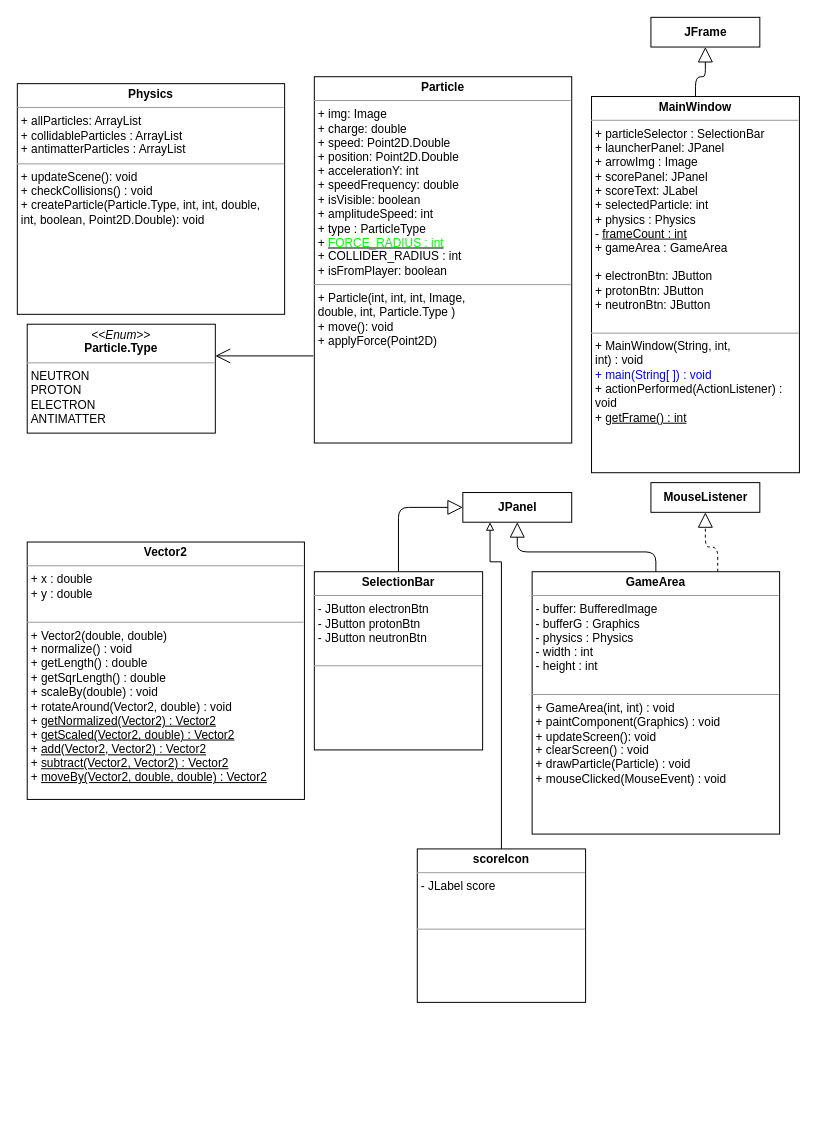
The draw.io diagram DiagrammeUML.drawio in Iman974/Algo_Proj2A, before the edit. Source tidied: cells renumbered, new cells numbered last; positions are measured from the earlier drawing's top-left corner, leaving out a move shared by most shapes. Both pictures are drawn from the tidied source at 99%, with x=0, y=0 at pixel (17, 17).
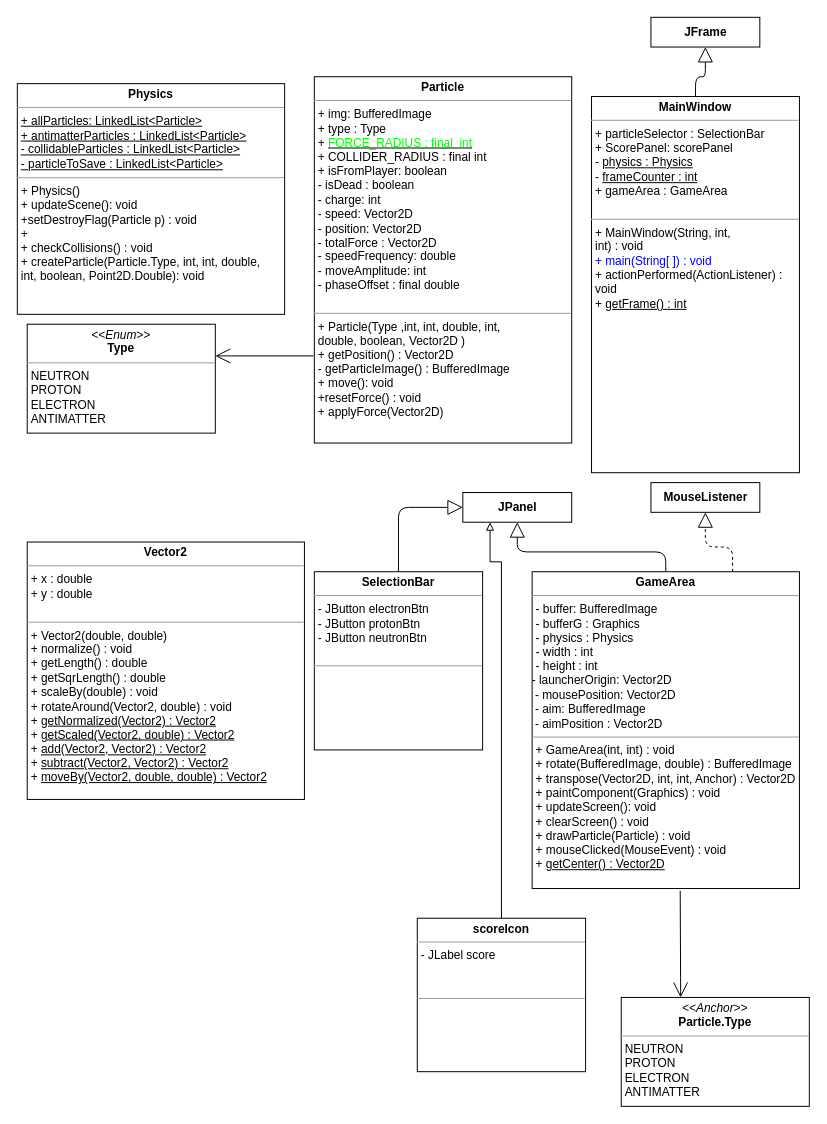
Above is the later version.

The edit, as a diff of the source:
```diff
@@
-    <mxCell id="2" value="&lt;p style=&quot;margin: 0px ; margin-top: 4px ; text-align: center&quot;&gt;&lt;b&gt;Physics&lt;/b&gt;&lt;/p&gt;&lt;hr size=&quot;1&quot;&gt;&lt;p style=&quot;margin: 0px ; margin-left: 4px&quot;&gt;+ allParticles: ArrayList&lt;br&gt;&lt;/p&gt;&lt;p style=&quot;margin: 0px ; margin-left: 4px&quot;&gt;+ collidableParticles : ArrayList&lt;/p&gt;&lt;p style=&quot;margin: 0px ; margin-left: 4px&quot;&gt;+ antimatterParticles : ArrayList&lt;/p&gt;&lt;hr size=&quot;1&quot;&gt;&lt;p style=&quot;margin: 0px ; margin-left: 4px&quot;&gt;+ updateScene(): void&lt;br&gt;+ checkCollisions() : void&lt;/p&gt;&lt;p style=&quot;margin: 0px ; margin-left: 4px&quot;&gt;&lt;span&gt;+ createParticle(Particle.Type, int, int, double,&lt;/span&gt;&lt;/p&gt;&lt;p style=&quot;margin: 0px ; margin-left: 4px&quot;&gt;&lt;span&gt;int, boolean, Point2D.Double): void&lt;/span&gt;&lt;/p&gt;" style="verticalAlign=top;align=left;overflow=fill;fontSize=12;fontFamily=Helvetica;html=1;rounded=0;shadow=0;comic=0;labelBackgroundColor=none;strokeWidth=1;" parent="1" vertex="1">
+    <mxCell id="2" value="&lt;p style=&quot;margin: 0px ; margin-top: 4px ; text-align: center&quot;&gt;&lt;b&gt;Physics&lt;/b&gt;&lt;/p&gt;&lt;hr size=&quot;1&quot;&gt;&lt;p style=&quot;margin: 0px ; margin-left: 4px&quot;&gt;&lt;u&gt;+ allParticles: LinkedList&amp;lt;Particle&amp;gt;&lt;/u&gt;&lt;/p&gt;&lt;p style=&quot;margin: 0px ; margin-left: 4px&quot;&gt;&lt;u&gt;+ antimatterParticles : LinkedList&amp;lt;Particle&amp;gt;&lt;/u&gt;&lt;/p&gt;&lt;p style=&quot;margin: 0px ; margin-left: 4px&quot;&gt;&lt;u&gt;- collidableParticles : LinkedList&amp;lt;Particle&amp;gt;&lt;/u&gt;&lt;br&gt;&lt;/p&gt;&lt;p style=&quot;margin: 0px ; margin-left: 4px&quot;&gt;&lt;u&gt;- particleToSave : LinkedList&amp;lt;Particle&amp;gt;&lt;/u&gt;&lt;/p&gt;&lt;hr size=&quot;1&quot;&gt;&lt;p style=&quot;margin: 0px ; margin-left: 4px&quot;&gt;+ Physics()&lt;/p&gt;&lt;p style=&quot;margin: 0px ; margin-left: 4px&quot;&gt;+ updateScene(): void&lt;/p&gt;&lt;p style=&quot;margin: 0px ; margin-left: 4px&quot;&gt;+setDestroyFlag(Particle p) : void&lt;/p&gt;&lt;p style=&quot;margin: 0px ; margin-left: 4px&quot;&gt;+&amp;nbsp;&lt;br&gt;+ checkCollisions() : void&lt;/p&gt;&lt;p style=&quot;margin: 0px ; margin-left: 4px&quot;&gt;&lt;span&gt;+ createParticle(Particle.Type, int, int, double,&lt;/span&gt;&lt;/p&gt;&lt;p style=&quot;margin: 0px ; margin-left: 4px&quot;&gt;&lt;span&gt;int, boolean, Point2D.Double): void&lt;/span&gt;&lt;/p&gt;" style="verticalAlign=top;align=left;overflow=fill;fontSize=12;fontFamily=Helvetica;html=1;rounded=0;shadow=0;comic=0;labelBackgroundColor=none;strokeWidth=1;" parent="1" vertex="1">
       <mxGeometry y="67" width="270" height="233" as="geometry" />
     </mxCell>
-    <mxCell id="3" value="&lt;p style=&quot;margin: 4px 0px 0px ; text-align: center ; line-height: 1.2&quot;&gt;&lt;b style=&quot;line-height: 1.2&quot;&gt;Particle&lt;/b&gt;&lt;/p&gt;&lt;hr size=&quot;1&quot;&gt;&lt;p style=&quot;margin: 0px ; margin-left: 4px&quot;&gt;+ img: Image&lt;br&gt;&lt;/p&gt;&lt;p style=&quot;margin: 0px ; margin-left: 4px&quot;&gt;+ charge: double&lt;/p&gt;&lt;p style=&quot;margin: 0px ; margin-left: 4px&quot;&gt;+ speed: Point2D.Double&lt;/p&gt;&lt;p style=&quot;margin: 0px ; margin-left: 4px&quot;&gt;+ position: Point2D.Double&lt;/p&gt;&lt;p style=&quot;margin: 0px ; margin-left: 4px&quot;&gt;+ accelerationY: int&lt;/p&gt;&lt;p style=&quot;margin: 0px ; margin-left: 4px&quot;&gt;+ speedFrequency: double&lt;/p&gt;&lt;p style=&quot;margin: 0px ; margin-left: 4px&quot;&gt;+ isVisible: boolean&lt;/p&gt;&lt;p style=&quot;margin: 0px ; margin-left: 4px&quot;&gt;+ amplitudeSpeed: int&lt;/p&gt;&lt;p style=&quot;margin: 0px ; margin-left: 4px&quot;&gt;+ type : ParticleType&lt;/p&gt;&lt;p style=&quot;margin: 0px ; margin-left: 4px&quot;&gt;+ &lt;u&gt;&lt;font color=&quot;#00ff00&quot;&gt;FORCE_RADIUS : int&lt;/font&gt;&lt;/u&gt;&lt;/p&gt;&lt;p style=&quot;margin: 0px ; margin-left: 4px&quot;&gt;+ COLLIDER_RADIUS : int&lt;/p&gt;&lt;p style=&quot;margin: 0px ; margin-left: 4px&quot;&gt;+ isFromPlayer: boolean&lt;/p&gt;&lt;hr size=&quot;1&quot;&gt;&lt;p style=&quot;margin: 0px ; margin-left: 4px&quot;&gt;+ Particle(int, int, int, Image,&lt;/p&gt;&lt;p style=&quot;margin: 0px ; margin-left: 4px&quot;&gt;&lt;span&gt;double, int, Particle.Type )&lt;/span&gt;&lt;/p&gt;&lt;p style=&quot;margin: 0px ; margin-left: 4px&quot;&gt;+ move(): void&lt;/p&gt;&lt;p style=&quot;margin: 0px ; margin-left: 4px&quot;&gt;+ applyForce(Point2D)&lt;/p&gt;" style="verticalAlign=top;align=left;overflow=fill;fontSize=12;fontFamily=Helvetica;html=1;rounded=0;shadow=0;comic=0;labelBackgroundColor=none;strokeWidth=1;" parent="1" vertex="1">
+    <mxCell id="3" value="&lt;p style=&quot;margin: 4px 0px 0px ; text-align: center ; line-height: 1.2&quot;&gt;&lt;b style=&quot;line-height: 1.2&quot;&gt;Particle&lt;/b&gt;&lt;/p&gt;&lt;hr size=&quot;1&quot;&gt;&lt;p style=&quot;margin: 0px ; margin-left: 4px&quot;&gt;+ img: BufferedImage&lt;/p&gt;&lt;p style=&quot;margin: 0px 0px 0px 4px&quot;&gt;+ type : Type&lt;/p&gt;&lt;p style=&quot;margin: 0px 0px 0px 4px&quot;&gt;+&amp;nbsp;&lt;u&gt;&lt;font color=&quot;#00ff00&quot;&gt;FORCE_RADIUS : final&amp;nbsp; int&lt;/font&gt;&lt;/u&gt;&lt;/p&gt;&lt;p style=&quot;margin: 0px 0px 0px 4px&quot;&gt;+ COLLIDER_RADIUS : final int&lt;/p&gt;&lt;p style=&quot;margin: 0px 0px 0px 4px&quot;&gt;+ isFromPlayer: boolean&lt;/p&gt;&lt;p style=&quot;margin: 0px ; margin-left: 4px&quot;&gt;- isDead : boolean&lt;/p&gt;&lt;p style=&quot;margin: 0px ; margin-left: 4px&quot;&gt;- charge: int&lt;/p&gt;&lt;p style=&quot;margin: 0px ; margin-left: 4px&quot;&gt;- speed: Vector2D&amp;nbsp;&lt;/p&gt;&lt;p style=&quot;margin: 0px ; margin-left: 4px&quot;&gt;- position: Vector2D&lt;/p&gt;&lt;p style=&quot;margin: 0px ; margin-left: 4px&quot;&gt;- totalForce : Vector2D&lt;/p&gt;&lt;p style=&quot;margin: 0px ; margin-left: 4px&quot;&gt;- speedFrequency: double&lt;/p&gt;&lt;p style=&quot;margin: 0px ; margin-left: 4px&quot;&gt;- moveAmplitude: int&lt;/p&gt;&lt;p style=&quot;margin: 0px ; margin-left: 4px&quot;&gt;- phaseOffset : final double&lt;/p&gt;&lt;p style=&quot;margin: 0px ; margin-left: 4px&quot;&gt;&lt;br&gt;&lt;/p&gt;&lt;hr size=&quot;1&quot;&gt;&lt;p style=&quot;margin: 0px ; margin-left: 4px&quot;&gt;+ Particle(Type ,int, int, double, int,&lt;/p&gt;&lt;p style=&quot;margin: 0px ; margin-left: 4px&quot;&gt;&lt;span&gt;double, boolean, Vector2D )&lt;/span&gt;&lt;/p&gt;&lt;p style=&quot;margin: 0px ; margin-left: 4px&quot;&gt;&lt;span&gt;+ getPosition() : Vector2D&lt;/span&gt;&lt;/p&gt;&lt;p style=&quot;margin: 0px ; margin-left: 4px&quot;&gt;&lt;span&gt;- getParticleImage() : BufferedImage&lt;/span&gt;&lt;/p&gt;&lt;p style=&quot;margin: 0px ; margin-left: 4px&quot;&gt;+ move(): void&lt;/p&gt;&lt;p style=&quot;margin: 0px ; margin-left: 4px&quot;&gt;+resetForce() : void&lt;/p&gt;&lt;p style=&quot;margin: 0px ; margin-left: 4px&quot;&gt;+ applyForce(Vector2D)&lt;/p&gt;" style="verticalAlign=top;align=left;overflow=fill;fontSize=12;fontFamily=Helvetica;html=1;rounded=0;shadow=0;comic=0;labelBackgroundColor=none;strokeWidth=1;" parent="1" vertex="1">
       <mxGeometry x="300" y="60" width="260" height="370" as="geometry" />
     </mxCell>
@@
-    <mxCell id="5" value="&lt;p style=&quot;margin: 0px ; margin-top: 4px ; text-align: center&quot;&gt;&lt;b&gt;MainWindow&lt;/b&gt;&lt;/p&gt;&lt;hr size=&quot;1&quot;&gt;&lt;p style=&quot;margin: 0px ; margin-left: 4px&quot;&gt;+ particleSelector : SelectionBar&lt;/p&gt;&lt;p style=&quot;margin: 0px ; margin-left: 4px&quot;&gt;+ launcherPanel: JPanel&lt;/p&gt;&lt;p style=&quot;margin: 0px ; margin-left: 4px&quot;&gt;+ arrowImg : Image&lt;/p&gt;&lt;p style=&quot;margin: 0px ; margin-left: 4px&quot;&gt;+ scorePanel: JPanel&lt;/p&gt;&lt;p style=&quot;margin: 0px ; margin-left: 4px&quot;&gt;+ scoreText: JLabel&lt;/p&gt;&lt;p style=&quot;margin: 0px ; margin-left: 4px&quot;&gt;+ selectedParticle: int&lt;/p&gt;&lt;p style=&quot;margin: 0px ; margin-left: 4px&quot;&gt;+ physics : Physics&lt;/p&gt;&lt;p style=&quot;margin: 0px ; margin-left: 4px&quot;&gt;- &lt;u&gt;frameCount : int&lt;/u&gt;&lt;/p&gt;&lt;p style=&quot;margin: 0px ; margin-left: 4px&quot;&gt;+ gameArea : GameArea&lt;/p&gt;&lt;p style=&quot;margin: 0px ; margin-left: 4px&quot;&gt;&lt;br&gt;&lt;/p&gt;&lt;p style=&quot;margin: 0px 0px 0px 4px&quot;&gt;+ electronBtn: JButton&lt;/p&gt;&lt;p style=&quot;margin: 0px 0px 0px 4px&quot;&gt;+ protonBtn: JButton&lt;/p&gt;&lt;p style=&quot;margin: 0px 0px 0px 4px&quot;&gt;+ neutronBtn: JButton&lt;/p&gt;&lt;p style=&quot;margin: 0px ; margin-left: 4px&quot;&gt;&lt;br&gt;&lt;/p&gt;&lt;hr size=&quot;1&quot;&gt;&lt;p style=&quot;margin: 0px ; margin-left: 4px&quot;&gt;+ MainWindow(String, int,&lt;/p&gt;&lt;p style=&quot;margin: 0px ; margin-left: 4px&quot;&gt;int) : void&lt;/p&gt;&lt;p style=&quot;margin: 0px ; margin-left: 4px&quot;&gt;&lt;font color=&quot;#0000ff&quot;&gt;+ main(String[ ]) : void&lt;/font&gt;&lt;/p&gt;&lt;p style=&quot;margin: 0px ; margin-left: 4px&quot;&gt;+ actionPerformed(ActionListener) :&lt;br&gt;void&lt;/p&gt;&lt;p style=&quot;margin: 0px ; margin-left: 4px&quot;&gt;+ &lt;u&gt;getFrame() : int&lt;/u&gt;&lt;/p&gt;" style="verticalAlign=top;align=left;overflow=fill;fontSize=12;fontFamily=Helvetica;html=1;rounded=0;shadow=0;comic=0;labelBackgroundColor=none;strokeWidth=1;labelBorderColor=none;perimeterSpacing=0;glass=0;sketch=0;" parent="1" vertex="1">
+    <mxCell id="5" value="&lt;p style=&quot;margin: 0px ; margin-top: 4px ; text-align: center&quot;&gt;&lt;b&gt;MainWindow&lt;/b&gt;&lt;/p&gt;&lt;hr size=&quot;1&quot;&gt;&lt;p style=&quot;margin: 0px ; margin-left: 4px&quot;&gt;+ particleSelector : SelectionBar&lt;/p&gt;&lt;p style=&quot;margin: 0px ; margin-left: 4px&quot;&gt;+ ScorePanel: scorePanel&amp;nbsp;&lt;/p&gt;&lt;p style=&quot;margin: 0px ; margin-left: 4px&quot;&gt;- &lt;u&gt;physics : Physics&lt;/u&gt;&lt;/p&gt;&lt;p style=&quot;margin: 0px ; margin-left: 4px&quot;&gt;- &lt;u&gt;frameCounter : int&lt;/u&gt;&lt;/p&gt;&lt;p style=&quot;margin: 0px ; margin-left: 4px&quot;&gt;+ gameArea : GameArea&lt;/p&gt;&lt;p style=&quot;margin: 0px ; margin-left: 4px&quot;&gt;&lt;br&gt;&lt;/p&gt;&lt;hr size=&quot;1&quot;&gt;&lt;p style=&quot;margin: 0px ; margin-left: 4px&quot;&gt;+ MainWindow(String, int,&lt;/p&gt;&lt;p style=&quot;margin: 0px ; margin-left: 4px&quot;&gt;int) : void&lt;/p&gt;&lt;p style=&quot;margin: 0px ; margin-left: 4px&quot;&gt;&lt;font color=&quot;#0000ff&quot;&gt;+ main(String[ ]) : void&lt;/font&gt;&lt;/p&gt;&lt;p style=&quot;margin: 0px ; margin-left: 4px&quot;&gt;+ actionPerformed(ActionListener) :&lt;br&gt;void&lt;/p&gt;&lt;p style=&quot;margin: 0px ; margin-left: 4px&quot;&gt;+ &lt;u&gt;getFrame() : int&lt;/u&gt;&lt;/p&gt;" style="verticalAlign=top;align=left;overflow=fill;fontSize=12;fontFamily=Helvetica;html=1;rounded=0;shadow=0;comic=0;labelBackgroundColor=none;strokeWidth=1;labelBorderColor=none;perimeterSpacing=0;glass=0;sketch=0;" parent="1" vertex="1">
       <mxGeometry x="580" y="80" width="210" height="380" as="geometry" />
     </mxCell>
-    <mxCell id="6" value="&lt;p style=&quot;margin: 0px ; margin-top: 4px ; text-align: center&quot;&gt;&lt;i&gt;&amp;lt;&amp;lt;Enum&amp;gt;&amp;gt;&lt;/i&gt;&lt;br&gt;&lt;b&gt;Particle.Type&lt;/b&gt;&lt;/p&gt;&lt;hr size=&quot;1&quot;&gt;&lt;p style=&quot;margin: 0px ; margin-left: 4px&quot;&gt;NEUTRON&lt;/p&gt;&lt;p style=&quot;margin: 0px ; margin-left: 4px&quot;&gt;PROTON&lt;br&gt;ELECTRON&lt;/p&gt;&lt;p style=&quot;margin: 0px ; margin-left: 4px&quot;&gt;ANTIMATTER&lt;/p&gt;" style="verticalAlign=top;align=left;overflow=fill;fontSize=12;fontFamily=Helvetica;html=1;fillColor=#FFFFFF;noLabel=0;enumerate=0;" parent="1" vertex="1">
+    <mxCell id="6" value="&lt;p style=&quot;margin: 0px ; margin-top: 4px ; text-align: center&quot;&gt;&lt;i&gt;&amp;lt;&amp;lt;Enum&amp;gt;&amp;gt;&lt;/i&gt;&lt;br&gt;&lt;b&gt;Type&lt;/b&gt;&lt;/p&gt;&lt;hr size=&quot;1&quot;&gt;&lt;p style=&quot;margin: 0px ; margin-left: 4px&quot;&gt;NEUTRON&lt;/p&gt;&lt;p style=&quot;margin: 0px ; margin-left: 4px&quot;&gt;PROTON&lt;br&gt;ELECTRON&lt;/p&gt;&lt;p style=&quot;margin: 0px ; margin-left: 4px&quot;&gt;ANTIMATTER&lt;/p&gt;" style="verticalAlign=top;align=left;overflow=fill;fontSize=12;fontFamily=Helvetica;html=1;fillColor=#FFFFFF;noLabel=0;enumerate=0;" parent="1" vertex="1">
       <mxGeometry x="10" y="310" width="190" height="110" as="geometry" />
     </mxCell>
@@
-    <mxCell id="13" value="&lt;p style=&quot;margin: 0px ; margin-top: 4px ; text-align: center&quot;&gt;&lt;span style=&quot;font-weight: 700&quot;&gt;GameArea&lt;/span&gt;&lt;br&gt;&lt;/p&gt;&lt;hr size=&quot;1&quot;&gt;&lt;p style=&quot;margin: 0px ; margin-left: 4px&quot;&gt;- buffer: BufferedImage&lt;br style=&quot;padding: 0px ; margin: 0px&quot;&gt;- bufferG : Graphics&lt;br style=&quot;padding: 0px ; margin: 0px&quot;&gt;- physics : Physics&lt;br style=&quot;padding: 0px ; margin: 0px&quot;&gt;- width : int&lt;br style=&quot;padding: 0px ; margin: 0px&quot;&gt;- height : int&lt;/p&gt;&lt;div style=&quot;padding: 0px ; margin: 0px&quot;&gt;&lt;br style=&quot;padding: 0px ; margin: 0px&quot;&gt;&lt;/div&gt;&lt;hr size=&quot;1&quot;&gt;&lt;p style=&quot;margin: 0px ; margin-left: 4px&quot;&gt;+ GameArea(int, int) : void&lt;br style=&quot;padding: 0px ; margin: 0px&quot;&gt;+ paintComponent(Graphics) : void&lt;br style=&quot;padding: 0px ; margin: 0px&quot;&gt;+ updateScreen(): void&lt;br style=&quot;padding: 0px ; margin: 0px&quot;&gt;+ clearScreen() : void&lt;br style=&quot;padding: 0px ; margin: 0px&quot;&gt;+ drawParticle(Particle) : void&lt;br style=&quot;padding: 0px ; margin: 0px&quot;&gt;+ mouseClicked(MouseEvent) : void&lt;br&gt;&lt;/p&gt;" style="verticalAlign=top;align=left;overflow=fill;fontSize=12;fontFamily=Helvetica;html=1;rounded=0;shadow=0;comic=0;labelBackgroundColor=none;strokeWidth=1;" parent="1" vertex="1">
-      <mxGeometry x="520" y="560" width="250" height="265" as="geometry" />
+    <mxCell id="13" value="&lt;p style=&quot;margin: 0px ; margin-top: 4px ; text-align: center&quot;&gt;&lt;span style=&quot;font-weight: 700&quot;&gt;GameArea&lt;/span&gt;&lt;br&gt;&lt;/p&gt;&lt;hr size=&quot;1&quot;&gt;&lt;p style=&quot;margin: 0px ; margin-left: 4px&quot;&gt;- buffer: BufferedImage&lt;br style=&quot;padding: 0px ; margin: 0px&quot;&gt;- bufferG : Graphics&lt;br style=&quot;padding: 0px ; margin: 0px&quot;&gt;- physics : Physics&lt;br style=&quot;padding: 0px ; margin: 0px&quot;&gt;- width : int&lt;br style=&quot;padding: 0px ; margin: 0px&quot;&gt;- height : int&lt;/p&gt;&lt;div style=&quot;padding: 0px ; margin: 0px&quot;&gt;&lt;div style=&quot;padding: 0px ; margin: 0px&quot;&gt;- launcherOrigin:&amp;nbsp;&lt;span&gt;Vector2D&lt;/span&gt;&lt;/div&gt;&lt;div style=&quot;padding: 0px ; margin: 0px&quot;&gt;&amp;nbsp;- mousePosition:&amp;nbsp;&lt;span&gt;Vector2D&lt;/span&gt;&lt;/div&gt;&lt;div style=&quot;padding: 0px ; margin: 0px&quot;&gt;&amp;nbsp;- aim:&amp;nbsp;&lt;span&gt;BufferedImage&lt;/span&gt;&lt;/div&gt;&lt;div style=&quot;padding: 0px ; margin: 0px&quot;&gt;&amp;nbsp;- aimPosition :&amp;nbsp;&lt;span&gt;Vector2D&lt;/span&gt;&lt;/div&gt;&lt;/div&gt;&lt;hr size=&quot;1&quot;&gt;&lt;p style=&quot;margin: 0px ; margin-left: 4px&quot;&gt;+ GameArea(int, int) : void&lt;/p&gt;&lt;p style=&quot;margin: 0px ; margin-left: 4px&quot;&gt;+ rotate(BufferedImage, double) : BufferedImage&lt;/p&gt;&lt;p style=&quot;margin: 0px ; margin-left: 4px&quot;&gt;+ transpose(Vector2D, int, int, Anchor) : Vector2D&lt;br style=&quot;padding: 0px ; margin: 0px&quot;&gt;+ paintComponent(Graphics) : void&lt;br style=&quot;padding: 0px ; margin: 0px&quot;&gt;+ updateScreen(): void&lt;br style=&quot;padding: 0px ; margin: 0px&quot;&gt;+ clearScreen() : void&lt;br style=&quot;padding: 0px ; margin: 0px&quot;&gt;+ drawParticle(Particle) : void&lt;br style=&quot;padding: 0px ; margin: 0px&quot;&gt;+ mouseClicked(MouseEvent) : void&lt;br&gt;&lt;/p&gt;&lt;p style=&quot;margin: 0px ; margin-left: 4px&quot;&gt;+ &lt;u&gt;getCenter() : Vector2D&lt;/u&gt;&lt;/p&gt;&lt;p style=&quot;margin: 0px ; margin-left: 4px&quot;&gt;&lt;br&gt;&lt;/p&gt;" style="verticalAlign=top;align=left;overflow=fill;fontSize=12;fontFamily=Helvetica;html=1;rounded=0;shadow=0;comic=0;labelBackgroundColor=none;strokeWidth=1;" parent="1" vertex="1">
+      <mxGeometry x="520" y="560" width="270" height="320" as="geometry" />
     </mxCell>
@@
     <mxCell id="18" value="&lt;p style=&quot;margin: 0px ; margin-top: 4px ; text-align: center&quot;&gt;&lt;b&gt;scoreIcon&lt;/b&gt;&lt;/p&gt;&lt;hr size=&quot;1&quot;&gt;&lt;p style=&quot;margin: 0px ; margin-left: 4px&quot;&gt;- JLabel score&lt;/p&gt;&lt;p style=&quot;margin: 0px ; margin-left: 4px&quot;&gt;&lt;br&gt;&lt;/p&gt;&lt;div style=&quot;padding: 0px ; margin: 0px&quot;&gt;&lt;br style=&quot;padding: 0px ; margin: 0px&quot;&gt;&lt;/div&gt;&lt;hr size=&quot;1&quot;&gt;&lt;p style=&quot;margin: 0px ; margin-left: 4px&quot;&gt;&lt;br&gt;&lt;/p&gt;" style="verticalAlign=top;align=left;overflow=fill;fontSize=12;fontFamily=Helvetica;html=1;rounded=0;shadow=0;comic=0;labelBackgroundColor=none;strokeWidth=1;" parent="1" vertex="1">
-      <mxGeometry x="404" y="840" width="170" height="155" as="geometry" />
+      <mxGeometry x="404" y="910" width="170" height="155" as="geometry" />
     </mxCell>
+    <mxCell id="19" value="&lt;p style=&quot;margin: 0px ; margin-top: 4px ; text-align: center&quot;&gt;&lt;i&gt;&amp;lt;&amp;lt;Anchor&amp;gt;&amp;gt;&lt;/i&gt;&lt;br&gt;&lt;b&gt;Particle.Type&lt;/b&gt;&lt;/p&gt;&lt;hr size=&quot;1&quot;&gt;&lt;p style=&quot;margin: 0px ; margin-left: 4px&quot;&gt;NEUTRON&lt;/p&gt;&lt;p style=&quot;margin: 0px ; margin-left: 4px&quot;&gt;PROTON&lt;br&gt;ELECTRON&lt;/p&gt;&lt;p style=&quot;margin: 0px ; margin-left: 4px&quot;&gt;ANTIMATTER&lt;/p&gt;" style="verticalAlign=top;align=left;overflow=fill;fontSize=12;fontFamily=Helvetica;html=1;fillColor=#FFFFFF;noLabel=0;enumerate=0;" parent="1" vertex="1">
+      <mxGeometry x="610" y="990" width="190" height="110" as="geometry" />
+    </mxCell>
+    <mxCell id="20" style="edgeStyle=orthogonalEdgeStyle;rounded=1;jettySize=auto;html=1;endSize=0;endArrow=none;endFill=0;startArrow=open;startFill=0;targetPerimeterSpacing=0;startSize=13;orthogonal=1;entryX=0.554;entryY=1.007;entryDx=0;entryDy=0;entryPerimeter=0;" parent="1" edge="1" source="19" target="13">
+      <mxGeometry relative="1" as="geometry">
+        <Array as="points">
+          <mxPoint x="670" y="980" />
+          <mxPoint x="670" y="980" />
+        </Array>
+      </mxGeometry>
+    </mxCell>
```
